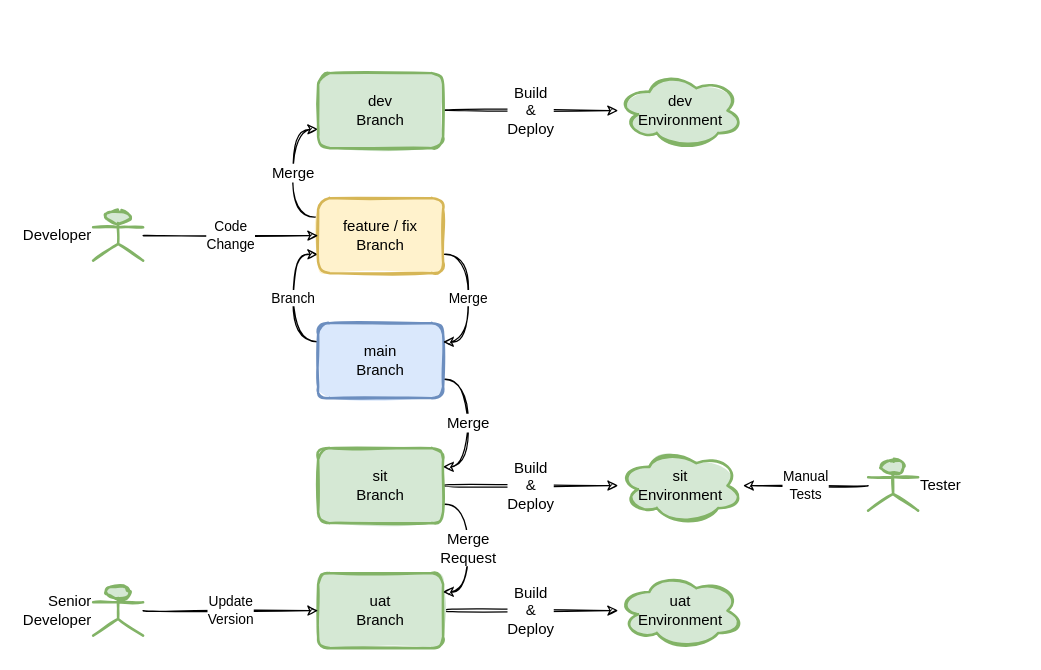
andylke/docs-gitlab-flow keeps this draw.io diagram as page "02-release-flow" (2 of 5) of gitlab-flow.drawio. Above is the earlier version. Source tidied: cells renumbered, new cells numbered last; positions are measured from the earlier drawing's top-left corner, leaving out a move shared by most shapes. Both pictures are drawn from the tidied source at 125%, with x=0, y=0 at pixel (92, 72).
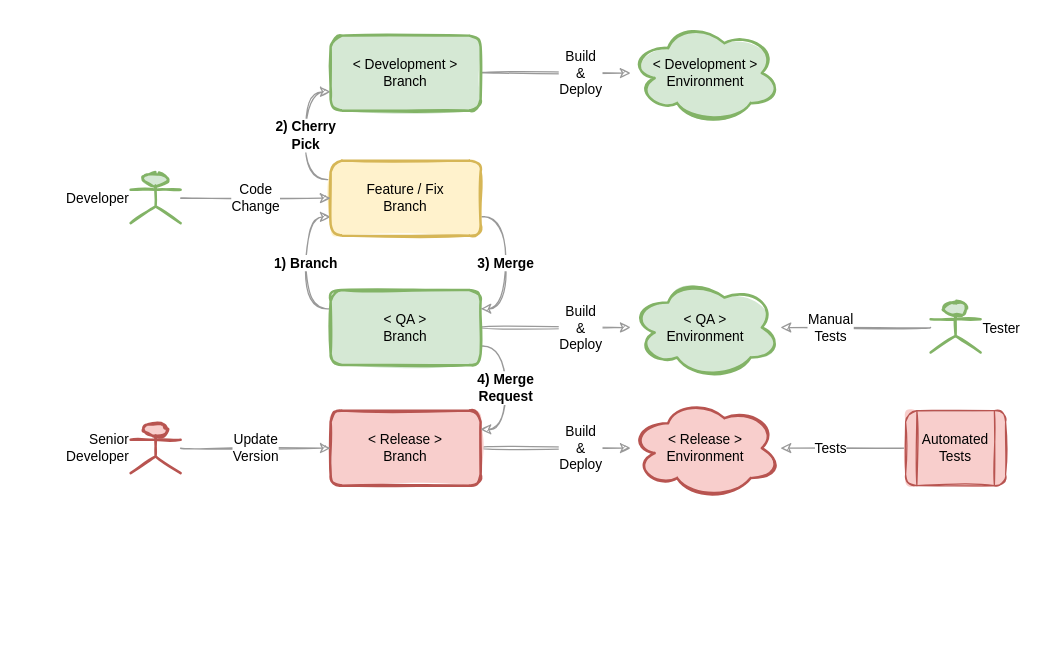
The same page after the edit.

What changed in the source:
```diff
@@
-    <mxCell id="2" value="Build&lt;br&gt;&amp;amp;&lt;br&gt;Deploy" style="edgeStyle=orthogonalEdgeStyle;curved=1;sketch=1;jettySize=auto;html=1;exitX=1;exitY=0.5;exitDx=0;exitDy=0;fontSize=12;fontColor=#000000;align=center;labelPosition=center;verticalLabelPosition=middle;verticalAlign=middle;" parent="1" edge="1" source="3" target="17">
-      <mxGeometry relative="1" as="geometry" />
+    <mxCell id="2" value="Build&lt;br style=&quot;font-size: 11px;&quot;&gt;&amp;amp;&lt;br style=&quot;font-size: 11px;&quot;&gt;Deploy" style="edgeStyle=orthogonalEdgeStyle;curved=1;sketch=1;jettySize=auto;html=1;exitX=1;exitY=0.5;exitDx=0;exitDy=0;fontSize=11;fontColor=#000000;align=center;labelPosition=center;verticalLabelPosition=middle;verticalAlign=middle;fillColor=#f8cecc;strokeColor=#999999;" parent="1" edge="1" source="3" target="17">
+      <mxGeometry x="0.33" relative="1" as="geometry" />
     </mxCell>
-    <mxCell id="3" value="uat&lt;br&gt;Branch" style="rounded=1;whiteSpace=wrap;html=1;sketch=1;fontSize=12;strokeColor=#82b366;strokeWidth=2;fillColor=#d5e8d4;fillStyle=solid;" parent="1" vertex="1">
-      <mxGeometry x="180" y="400" width="100" height="60" as="geometry" />
+    <mxCell id="3" value="&amp;lt; Release &amp;gt;&lt;br style=&quot;font-size: 11px;&quot;&gt;Branch" style="rounded=1;whiteSpace=wrap;html=1;sketch=1;fontSize=11;strokeColor=#b85450;strokeWidth=2;fillColor=#f8cecc;fillStyle=solid;" parent="1" vertex="1">
+      <mxGeometry x="190" y="270" width="120" height="60" as="geometry" />
     </mxCell>
-    <mxCell id="4" value="Build&lt;br&gt;&amp;amp;&lt;br&gt;Deploy" style="edgeStyle=orthogonalEdgeStyle;curved=1;sketch=1;jettySize=auto;html=1;fontSize=12;fontColor=#000000;" parent="1" edge="1" source="6" target="16">
-      <mxGeometry relative="1" as="geometry" />
+    <mxCell id="4" value="Build&lt;br style=&quot;font-size: 11px;&quot;&gt;&amp;amp;&lt;br style=&quot;font-size: 11px;&quot;&gt;Deploy" style="edgeStyle=orthogonalEdgeStyle;curved=1;sketch=1;jettySize=auto;html=1;fontSize=11;fontColor=#000000;strokeColor=#999999;" parent="1" edge="1" source="6" target="16">
+      <mxGeometry x="0.33" relative="1" as="geometry" />
     </mxCell>
-    <mxCell id="5" value="Merge&lt;br&gt;Request" style="edgeStyle=orthogonalEdgeStyle;curved=1;sketch=1;jettySize=auto;html=1;entryX=1;entryY=0.25;entryDx=0;entryDy=0;fontSize=12;fontColor=#000000;exitX=1;exitY=0.75;exitDx=0;exitDy=0;" parent="1" edge="1" source="6" target="3">
+    <mxCell id="5" value="4) Merge&lt;br style=&quot;font-size: 11px;&quot;&gt;Request" style="edgeStyle=orthogonalEdgeStyle;curved=1;sketch=1;jettySize=auto;html=1;entryX=1;entryY=0.25;entryDx=0;entryDy=0;fontSize=11;fontColor=#000000;exitX=1;exitY=0.75;exitDx=0;exitDy=0;strokeColor=#999999;fontStyle=1;" parent="1" edge="1" source="6" target="3">
       <mxGeometry relative="1" as="geometry" />
     </mxCell>
+    <mxCell id="24" value="1) Branch" style="edgeStyle=orthogonalEdgeStyle;curved=1;sketch=1;jettySize=auto;html=1;exitX=0;exitY=0.25;exitDx=0;exitDy=0;entryX=0;entryY=0.75;entryDx=0;entryDy=0;strokeColor=#999999;fontSize=11;fontStyle=1;" parent="1" edge="1" source="6" target="12">
+      <mxGeometry relative="1" as="geometry" />
+    </mxCell>
-    <mxCell id="6" value="sit&lt;br&gt;Branch" style="rounded=1;whiteSpace=wrap;html=1;sketch=1;fontSize=12;strokeColor=#82b366;strokeWidth=2;fillColor=#d5e8d4;fillStyle=solid;" parent="1" vertex="1">
-      <mxGeometry x="180" y="300" width="100" height="60" as="geometry" />
+    <mxCell id="6" value="&amp;lt; QA &amp;gt;&lt;br style=&quot;font-size: 11px;&quot;&gt;Branch" style="rounded=1;whiteSpace=wrap;html=1;sketch=1;fontSize=11;strokeColor=#82b366;strokeWidth=2;fillColor=#d5e8d4;fillStyle=solid;" parent="1" vertex="1">
+      <mxGeometry x="190" y="173.5" width="120" height="60" as="geometry" />
     </mxCell>
-    <mxCell id="7" value="Merge" style="edgeStyle=orthogonalEdgeStyle;curved=1;sketch=1;jettySize=auto;html=1;fontSize=12;fontColor=#000000;exitX=1;exitY=0.75;exitDx=0;exitDy=0;entryX=1;entryY=0.25;entryDx=0;entryDy=0;" parent="1" edge="1" source="9" target="6">
-      <mxGeometry relative="1" as="geometry" />
-    </mxCell>
-    <mxCell id="8" value="Branch" style="edgeStyle=orthogonalEdgeStyle;jettySize=auto;html=1;exitX=0;exitY=0.25;exitDx=0;exitDy=0;entryX=0;entryY=0.75;entryDx=0;entryDy=0;sketch=1;curved=1;" parent="1" edge="1" source="9" target="12">
-      <mxGeometry relative="1" as="geometry" />
-    </mxCell>
-    <mxCell id="9" value="main&lt;br&gt;Branch" style="rounded=1;whiteSpace=wrap;html=1;sketch=1;fontSize=12;strokeColor=#6c8ebf;strokeWidth=2;fillColor=#dae8fc;fillStyle=solid;" parent="1" vertex="1">
-      <mxGeometry x="180" y="200" width="100" height="60" as="geometry" />
-    </mxCell>
-    <mxCell id="10" value="Merge" style="edgeStyle=orthogonalEdgeStyle;curved=1;sketch=1;jettySize=auto;html=1;fontSize=12;fontColor=#000000;exitX=0;exitY=0.25;exitDx=0;exitDy=0;entryX=0;entryY=0.75;entryDx=0;entryDy=0;" parent="1" edge="1" source="12" target="14">
+    <mxCell id="10" value="2) Cherry &lt;br&gt;Pick" style="edgeStyle=orthogonalEdgeStyle;curved=1;sketch=1;jettySize=auto;html=1;fontSize=11;fontColor=#000000;exitX=0;exitY=0.25;exitDx=0;exitDy=0;entryX=0;entryY=0.75;entryDx=0;entryDy=0;strokeColor=#999999;fontStyle=1;" parent="1" edge="1" source="12" target="14">
       <mxGeometry relative="1" as="geometry" />
     </mxCell>
-    <mxCell id="11" value="Merge" style="edgeStyle=orthogonalEdgeStyle;curved=1;sketch=1;jettySize=auto;html=1;exitX=1;exitY=0.75;exitDx=0;exitDy=0;entryX=1;entryY=0.25;entryDx=0;entryDy=0;" parent="1" edge="1" source="12" target="9">
-      <mxGeometry relative="1" as="geometry" />
-    </mxCell>
+    <mxCell id="25" value="3) Merge" style="edgeStyle=orthogonalEdgeStyle;jettySize=auto;html=1;exitX=1;exitY=0.75;exitDx=0;exitDy=0;entryX=1;entryY=0.25;entryDx=0;entryDy=0;curved=1;sketch=1;strokeColor=#999999;fontSize=11;fontStyle=1;" parent="1" edge="1" source="12" target="6">
+      <mxGeometry relative="1" as="geometry" />
+    </mxCell>
-    <mxCell id="12" value="feature / fix&lt;br&gt;Branch" style="rounded=1;whiteSpace=wrap;html=1;sketch=1;fontSize=12;strokeColor=#d6b656;strokeWidth=2;fillColor=#fff2cc;fillStyle=solid;" parent="1" vertex="1">
-      <mxGeometry x="180" y="100" width="100" height="60" as="geometry" />
+    <mxCell id="12" value="Feature / Fix&lt;br style=&quot;font-size: 11px;&quot;&gt;Branch" style="rounded=1;whiteSpace=wrap;html=1;sketch=1;fontSize=11;strokeColor=#d6b656;strokeWidth=2;fillColor=#fff2cc;fillStyle=solid;" parent="1" vertex="1">
+      <mxGeometry x="190" y="70" width="120" height="60" as="geometry" />
     </mxCell>
-    <mxCell id="13" value="Build&lt;br&gt;&amp;amp;&lt;br&gt;Deploy" style="edgeStyle=orthogonalEdgeStyle;curved=1;sketch=1;jettySize=auto;html=1;fontSize=12;fontColor=#000000;" parent="1" edge="1" source="14" target="15">
-      <mxGeometry relative="1" as="geometry" />
+    <mxCell id="13" value="Build&lt;br style=&quot;font-size: 11px;&quot;&gt;&amp;amp;&lt;br style=&quot;font-size: 11px;&quot;&gt;Deploy" style="edgeStyle=orthogonalEdgeStyle;curved=1;sketch=1;jettySize=auto;html=1;fontSize=11;fontColor=#000000;strokeColor=#999999;" parent="1" edge="1" source="14" target="15">
+      <mxGeometry x="0.33" relative="1" as="geometry" />
     </mxCell>
-    <mxCell id="14" value="dev&lt;br&gt;Branch" style="rounded=1;whiteSpace=wrap;html=1;sketch=1;fontSize=12;strokeColor=#82b366;strokeWidth=2;fillColor=#d5e8d4;fillStyle=solid;" parent="1" vertex="1">
-      <mxGeometry x="180" width="100" height="60" as="geometry" />
+    <mxCell id="14" value="&amp;lt; Development &amp;gt;&lt;br style=&quot;font-size: 11px;&quot;&gt;Branch" style="rounded=1;whiteSpace=wrap;html=1;sketch=1;fontSize=11;strokeColor=#82b366;strokeWidth=2;fillColor=#d5e8d4;fillStyle=solid;" parent="1" vertex="1">
+      <mxGeometry x="190" y="-30" width="120" height="60" as="geometry" />
     </mxCell>
-    <mxCell id="15" value="dev&lt;br&gt;Environment" style="ellipse;shape=cloud;whiteSpace=wrap;html=1;rounded=1;sketch=1;fontSize=12;strokeColor=#82b366;strokeWidth=2;fillColor=#d5e8d4;fillStyle=solid;" parent="1" vertex="1">
-      <mxGeometry x="420" width="100" height="60" as="geometry" />
+    <mxCell id="15" value="&amp;lt; Development &amp;gt;&lt;br style=&quot;font-size: 11px;&quot;&gt;Environment" style="ellipse;shape=cloud;whiteSpace=wrap;html=1;rounded=1;sketch=1;fontSize=11;strokeColor=#82b366;strokeWidth=2;fillColor=#d5e8d4;fillStyle=solid;" parent="1" vertex="1">
+      <mxGeometry x="430" y="-40" width="120" height="80" as="geometry" />
     </mxCell>
-    <mxCell id="16" value="sit&lt;br&gt;Environment" style="ellipse;shape=cloud;whiteSpace=wrap;html=1;rounded=1;sketch=1;fontSize=12;strokeColor=#82b366;strokeWidth=2;fillColor=#d5e8d4;fillStyle=solid;" parent="1" vertex="1">
-      <mxGeometry x="420" y="300" width="100" height="60" as="geometry" />
+    <mxCell id="16" value="&amp;lt; QA &amp;gt;&lt;br style=&quot;font-size: 11px;&quot;&gt;Environment" style="ellipse;shape=cloud;whiteSpace=wrap;html=1;rounded=1;sketch=1;fontSize=11;strokeColor=#82b366;strokeWidth=2;fillColor=#d5e8d4;fillStyle=solid;" parent="1" vertex="1">
+      <mxGeometry x="430" y="163.5" width="120" height="80" as="geometry" />
     </mxCell>
-    <mxCell id="17" value="uat&lt;br&gt;Environment" style="ellipse;shape=cloud;whiteSpace=wrap;html=1;rounded=1;sketch=1;fontSize=12;strokeColor=#82b366;strokeWidth=2;fillColor=#d5e8d4;fillStyle=solid;" parent="1" vertex="1">
-      <mxGeometry x="420" y="400" width="100" height="60" as="geometry" />
+    <mxCell id="17" value="&amp;lt; Release &amp;gt;&lt;br style=&quot;font-size: 11px;&quot;&gt;Environment" style="ellipse;shape=cloud;whiteSpace=wrap;html=1;rounded=1;sketch=1;fontSize=11;strokeColor=#b85450;strokeWidth=2;fillColor=#f8cecc;fillStyle=solid;" parent="1" vertex="1">
+      <mxGeometry x="430" y="260" width="120" height="80" as="geometry" />
     </mxCell>
-    <mxCell id="18" value="Code &lt;br&gt;Change" style="edgeStyle=orthogonalEdgeStyle;curved=1;sketch=1;jettySize=auto;html=1;" parent="1" edge="1" source="19" target="12">
+    <mxCell id="18" value="Code &lt;br style=&quot;font-size: 11px;&quot;&gt;Change" style="edgeStyle=orthogonalEdgeStyle;curved=1;sketch=1;jettySize=auto;html=1;strokeColor=#999999;fontSize=11;" parent="1" edge="1" source="19" target="12">
       <mxGeometry relative="1" as="geometry" />
     </mxCell>
-    <mxCell id="19" value="Developer" style="shape=umlActor;verticalLabelPosition=middle;verticalAlign=middle;html=1;outlineConnect=0;sketch=1;labelPosition=left;align=right;fillColor=#d5e8d4;strokeColor=#82b366;strokeWidth=2;fillStyle=solid;" parent="1" vertex="1">
-      <mxGeometry y="110" width="40" height="40" as="geometry" />
+    <mxCell id="19" value="Developer" style="shape=umlActor;verticalLabelPosition=middle;verticalAlign=middle;html=1;outlineConnect=0;sketch=1;labelPosition=left;align=right;fillColor=#d5e8d4;strokeColor=#82b366;strokeWidth=2;fillStyle=solid;fontSize=11;" parent="1" vertex="1">
+      <mxGeometry x="30" y="80" width="40" height="40" as="geometry" />
     </mxCell>
-    <mxCell id="20" value="Update&lt;br&gt;Version" style="edgeStyle=orthogonalEdgeStyle;curved=1;sketch=1;jettySize=auto;html=1;" parent="1" edge="1" source="21" target="3">
+    <mxCell id="20" value="Update&lt;br style=&quot;font-size: 11px;&quot;&gt;Version" style="edgeStyle=orthogonalEdgeStyle;curved=1;sketch=1;jettySize=auto;html=1;fillColor=#f8cecc;strokeColor=#999999;fontSize=11;" parent="1" edge="1" source="21" target="3">
       <mxGeometry relative="1" as="geometry" />
     </mxCell>
-    <mxCell id="21" value="Senior&lt;br&gt;Developer" style="shape=umlActor;verticalLabelPosition=middle;verticalAlign=middle;html=1;outlineConnect=0;sketch=1;labelPosition=left;align=right;strokeWidth=2;fillColor=#d5e8d4;strokeColor=#82b366;fillStyle=solid;" parent="1" vertex="1">
-      <mxGeometry y="410" width="40" height="40" as="geometry" />
+    <mxCell id="21" value="Senior&lt;br style=&quot;font-size: 11px;&quot;&gt;Developer" style="shape=umlActor;verticalLabelPosition=middle;verticalAlign=middle;html=1;outlineConnect=0;sketch=1;labelPosition=left;align=right;strokeWidth=2;fillColor=#f8cecc;strokeColor=#b85450;fillStyle=solid;fontSize=11;" parent="1" vertex="1">
+      <mxGeometry x="30" y="280" width="40" height="40" as="geometry" />
     </mxCell>
-    <mxCell id="22" value="Manual&lt;br&gt;Tests" style="edgeStyle=orthogonalEdgeStyle;curved=1;sketch=1;jettySize=auto;html=1;" parent="1" edge="1" source="23" target="16">
-      <mxGeometry relative="1" as="geometry" />
+    <mxCell id="22" value="Manual&lt;br style=&quot;font-size: 11px;&quot;&gt;Tests" style="edgeStyle=orthogonalEdgeStyle;curved=1;sketch=1;jettySize=auto;html=1;strokeColor=#999999;fontSize=11;" parent="1" edge="1" source="23" target="16">
+      <mxGeometry x="0.33" relative="1" as="geometry" />
     </mxCell>
-    <mxCell id="23" value="Tester" style="shape=umlActor;verticalLabelPosition=middle;verticalAlign=middle;html=1;outlineConnect=0;sketch=1;labelPosition=right;align=left;fillColor=#d5e8d4;strokeColor=#82b366;strokeWidth=2;fillStyle=solid;" parent="1" vertex="1">
-      <mxGeometry x="620" y="310" width="40" height="40" as="geometry" />
+    <mxCell id="23" value="Tester" style="shape=umlActor;verticalLabelPosition=middle;verticalAlign=middle;html=1;outlineConnect=0;sketch=1;labelPosition=right;align=left;fillColor=#d5e8d4;strokeColor=#82b366;strokeWidth=2;fillStyle=solid;fontSize=11;" parent="1" vertex="1">
+      <mxGeometry x="670" y="183.5" width="40" height="40" as="geometry" />
     </mxCell>
+    <mxCell id="26" value="Tests" style="edgeStyle=orthogonalEdgeStyle;rounded=0;jettySize=auto;html=1;exitX=0;exitY=0.5;exitDx=0;exitDy=0;sketch=1;fillColor=#f8cecc;strokeColor=#999999;fontSize=11;" parent="1" edge="1" source="27" target="17">
+      <mxGeometry x="0.2" relative="1" as="geometry" />
+    </mxCell>
+    <mxCell id="27" value="Automated&lt;br style=&quot;font-size: 11px;&quot;&gt;Tests" style="shape=process;whiteSpace=wrap;html=1;backgroundOutline=1;rounded=1;sketch=1;fillColor=#f8cecc;strokeColor=#b85450;fillStyle=solid;fontSize=11;" parent="1" vertex="1">
+      <mxGeometry x="650" y="270" width="80" height="60" as="geometry" />
+    </mxCell>
```
